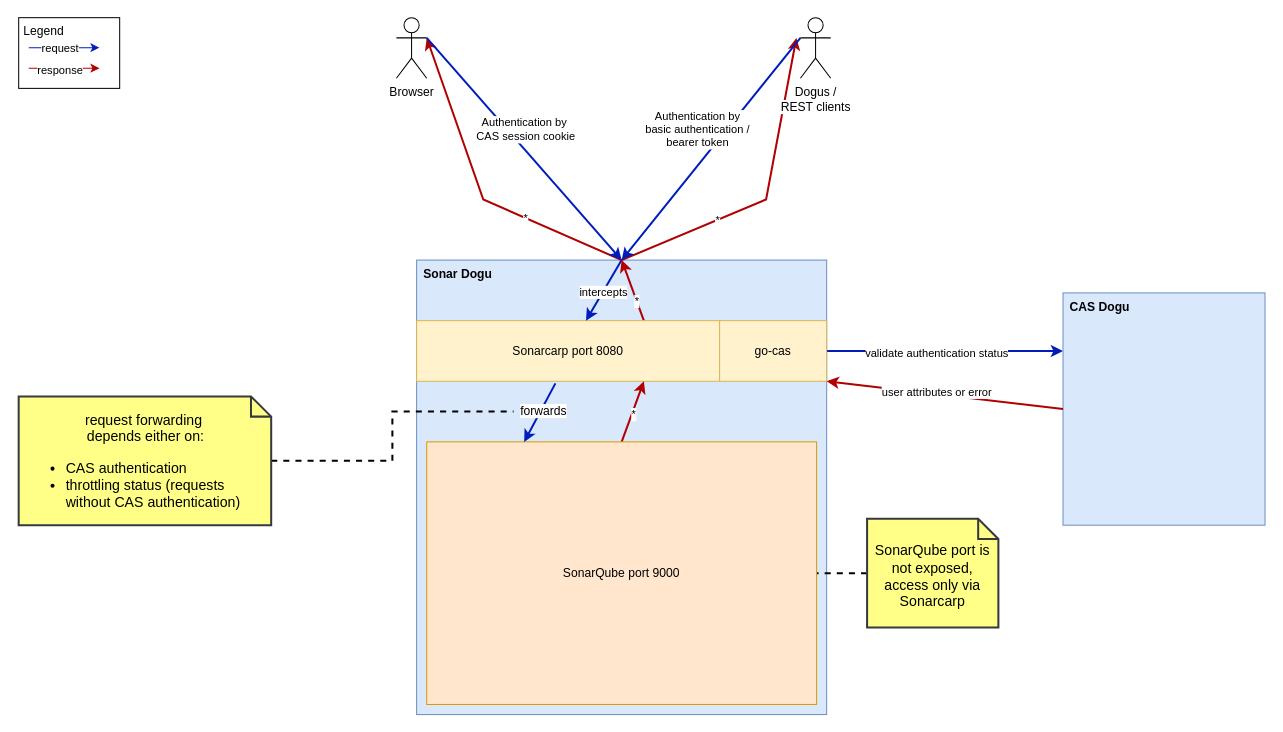
Above: docs/development/images/sonarcarp_and_sonarqube.drawio in cloudogu/sonar (draw.io), before the change. Source tidied: cells renumbered, new cells numbered last; positions are measured from the earlier drawing's top-left corner, leaving out a move shared by most shapes. Both pictures are drawn from the tidied source at 101%, with x=0, y=0 at pixel (18, 17).
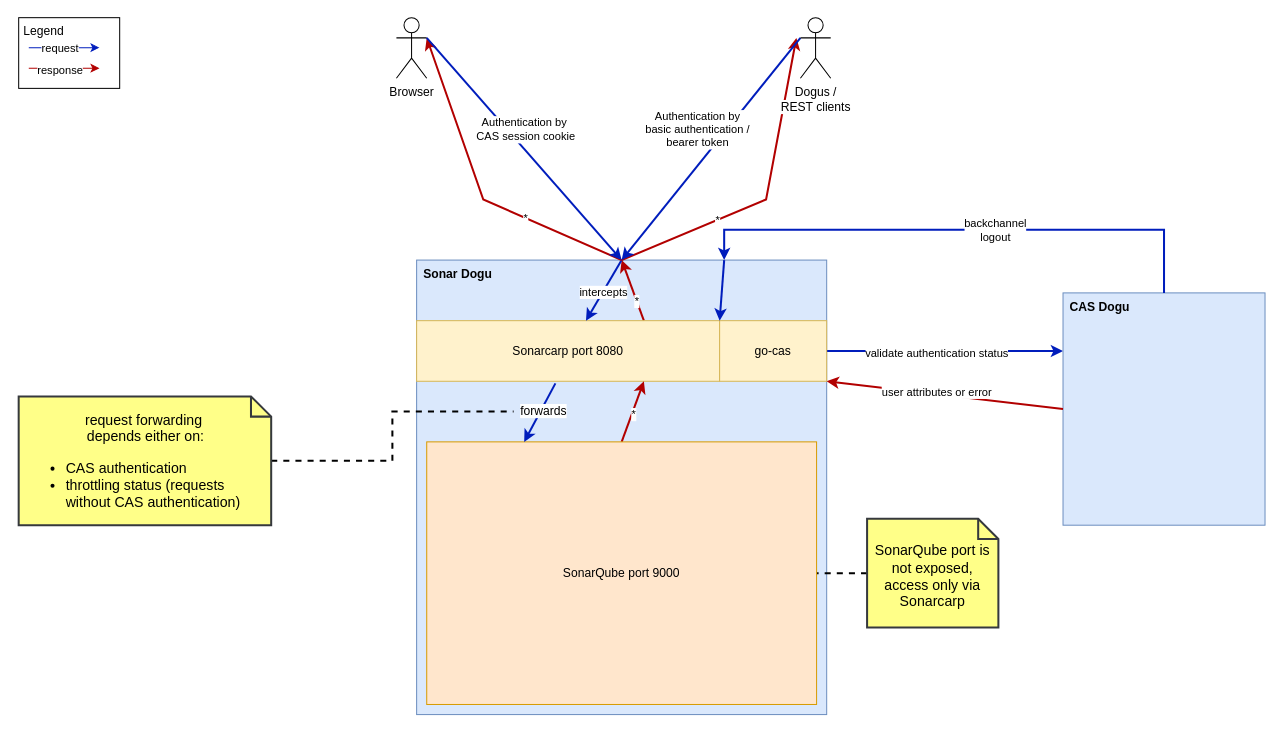
Above is the later version.

Commit message (it also covers changes not shown here):
#148 Add backchannel login image, redraw other pictures

Unchanged cells that the change refers to:
```xml
<mxCell id="2" value="Sonar Dogu" style="rounded=0;whiteSpace=wrap;html=1;fillColor=#dae8fc;strokeColor=#6c8ebf;verticalAlign=top;align=left;spacingLeft=5;fontStyle=1;" parent="1" vertex="1">
  <mxGeometry x="394" y="240" width="406" height="450" as="geometry" />
</mxCell>
<mxCell id="5" value="Sonarcarp port 8080" style="rounded=0;whiteSpace=wrap;html=1;fillColor=#fff2cc;strokeColor=#d6b656;" parent="1" vertex="1">
  <mxGeometry x="394" y="300" width="300" height="60" as="geometry" />
</mxCell>
<mxCell id="14" value="CAS Dogu" style="rounded=0;whiteSpace=wrap;html=1;fillColor=#dae8fc;strokeColor=#6c8ebf;verticalAlign=top;align=left;spacingLeft=5;fontStyle=1;" parent="1" vertex="1">
  <mxGeometry x="1034" y="272.5" width="200" height="230" as="geometry" />
</mxCell>
```

Change to the diagram source:
```diff
@@
+    <mxCell id="40" style="edgeStyle=orthogonalEdgeStyle;rounded=0;jettySize=auto;html=1;entryX=0.75;entryY=0;entryDx=0;entryDy=0;strokeWidth=2;fillColor=#0050ef;strokeColor=#001DBC;" parent="1" edge="1" source="14" target="2">
+      <mxGeometry relative="1" as="geometry">
+        <Array as="points">
+          <mxPoint x="1134" y="210" />
+          <mxPoint x="699" y="210" />
+          <mxPoint x="699" y="240" />
+        </Array>
+      </mxGeometry>
+    </mxCell>
+    <mxCell id="41" value="&lt;div&gt;backchannel&lt;/div&gt;&lt;div&gt;logout&lt;/div&gt;" style="edgeLabel;html=1;align=center;verticalAlign=middle;" parent="40" vertex="1">
+      <mxGeometry x="-0.13" relative="1" as="geometry" />
+    </mxCell>
+    <mxCell id="42" style="rounded=0;jettySize=auto;html=1;entryX=1;entryY=0;entryDx=0;entryDy=0;strokeWidth=2;fillColor=#0050ef;strokeColor=#001DBC;exitX=0.75;exitY=0;exitDx=0;exitDy=0;" parent="1" edge="1" source="2" target="5">
+      <mxGeometry relative="1" as="geometry" />
+    </mxCell>
```
